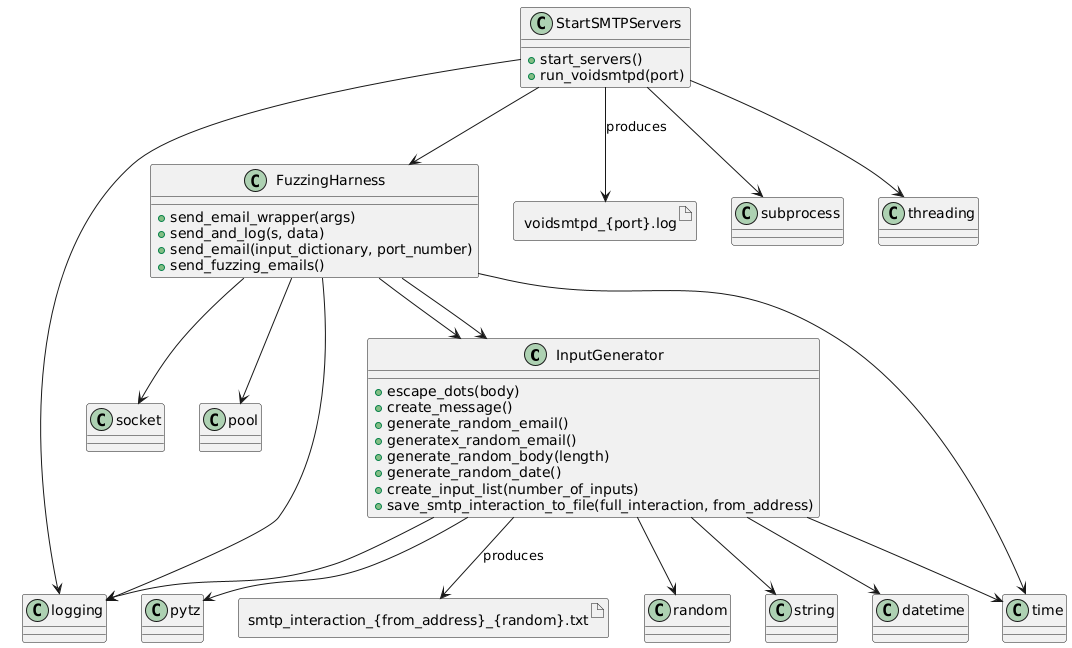
Earlier version of the PlantUML export Assignment2/fuzzer.png (zwadhams/AutoVulnDiscovery). The source it was exported from:
```plantuml
@startuml
allowmixing

class InputGenerator {
    +escape_dots(body)
    +create_message()
    +generate_random_email()
    +generatex_random_email()
    +generate_random_body(length)
    +generate_random_date()
    +create_input_list(number_of_inputs)
    +save_smtp_interaction_to_file(full_interaction, from_address)
}

class StartSMTPServers {
    +start_servers()
    +run_voidsmtpd(port)
}

class FuzzingHarness {
    +send_email_wrapper(args)
    +send_and_log(s, data)
    +send_email(input_dictionary, port_number)
    +send_fuzzing_emails()
}

artifact "voidsmtpd_{port}.log" as logFile
artifact "smtp_interaction_{from_address}_{random}.txt" as interactionFile

class socket
class logging
class time
class random
class string
class subprocess
class threading
class datetime
class pytz
class pool

InputGenerator --> logging
InputGenerator --> random
InputGenerator --> string
InputGenerator --> datetime
InputGenerator --> pytz
InputGenerator --> time

StartSMTPServers --> subprocess
StartSMTPServers --> threading
StartSMTPServers --> logging

FuzzingHarness --> socket
FuzzingHarness --> logging
FuzzingHarness --> time
FuzzingHarness --> pool
FuzzingHarness --> InputGenerator

StartSMTPServers --> FuzzingHarness
FuzzingHarness --> InputGenerator

StartSMTPServers --> logFile : produces
InputGenerator --> interactionFile : produces
@enduml
```
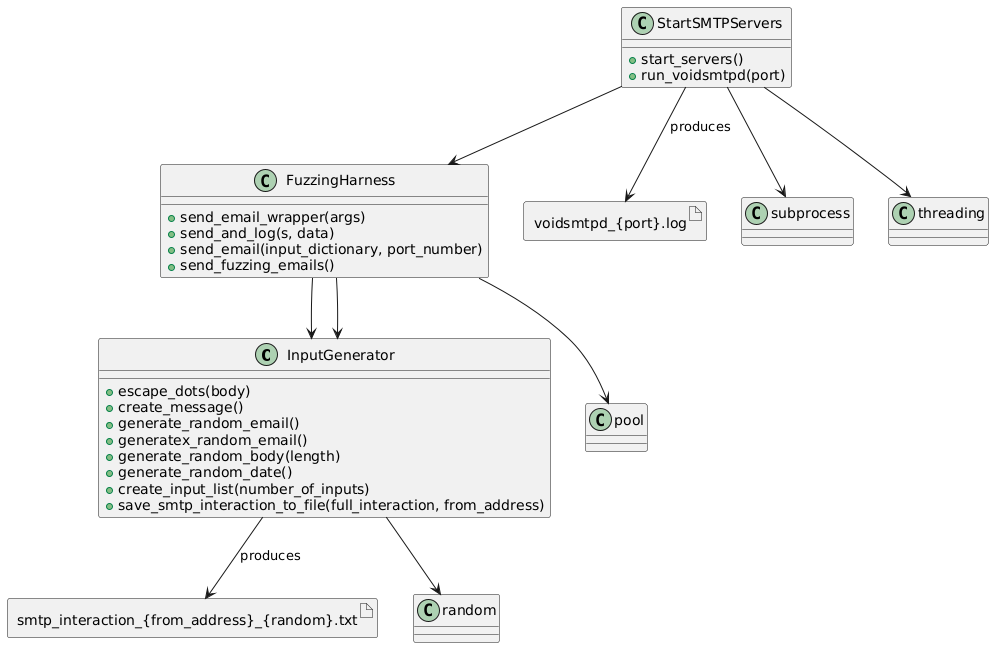
After the commit.

The edit, as a diff of the source:
```diff
@@ -27,31 +27,18 @@
 artifact "voidsmtpd_{port}.log" as logFile
 artifact "smtp_interaction_{from_address}_{random}.txt" as interactionFile
 
-class socket
-class logging
-class time
+
 class random
-class string
 class subprocess
 class threading
-class datetime
-class pytz
 class pool
 
-InputGenerator --> logging
 InputGenerator --> random
-InputGenerator --> string
-InputGenerator --> datetime
-InputGenerator --> pytz
-InputGenerator --> time
 
 StartSMTPServers --> subprocess
 StartSMTPServers --> threading
-StartSMTPServers --> logging
 
-FuzzingHarness --> socket
-FuzzingHarness --> logging
-FuzzingHarness --> time
+
 FuzzingHarness --> pool
 FuzzingHarness --> InputGenerator
 
```
